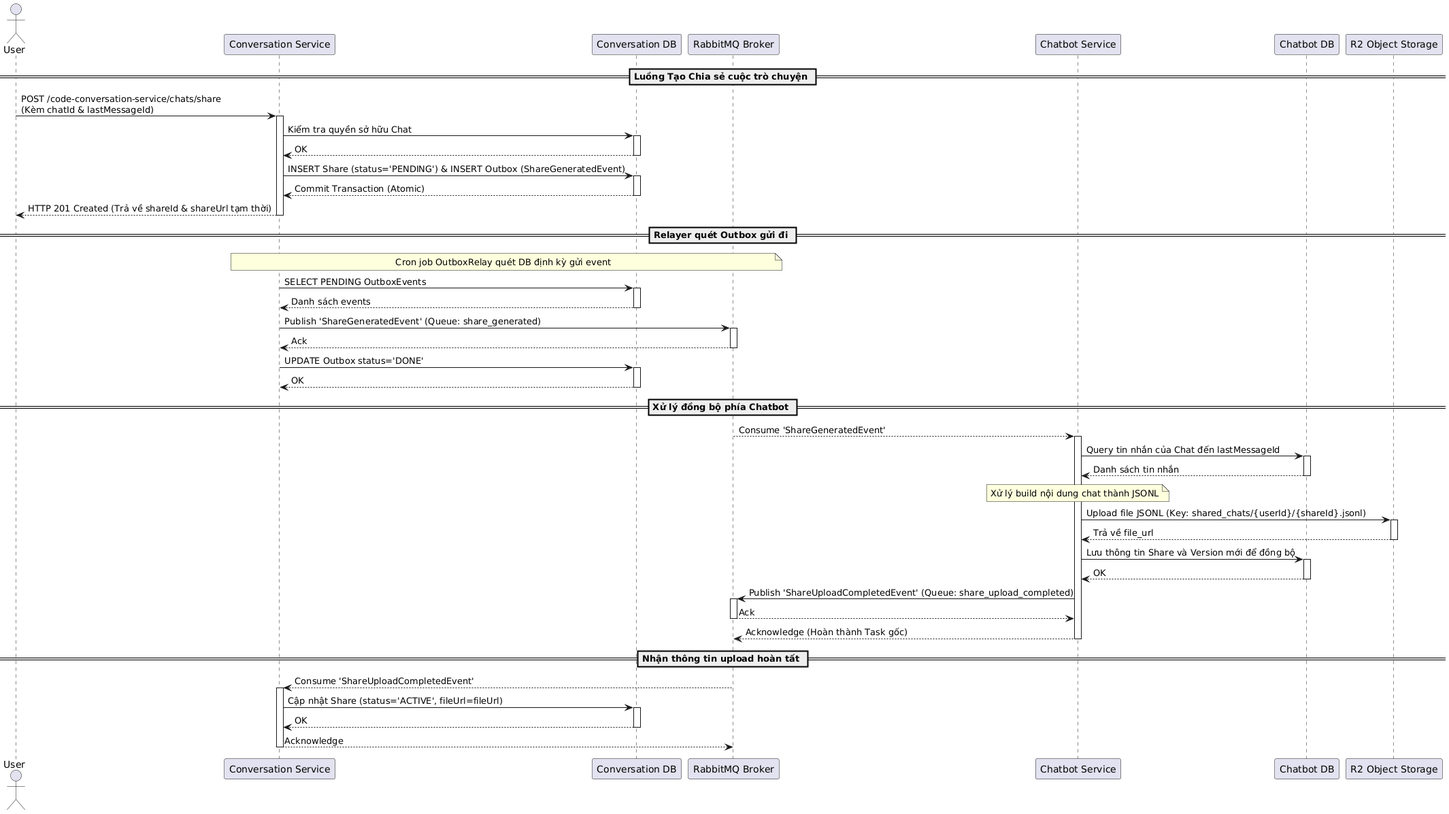
This is temp/05-sequence/UML-Sequence-19.png from 20206205Tech/docs-uml, a PlantUML export, as it was before one commit.
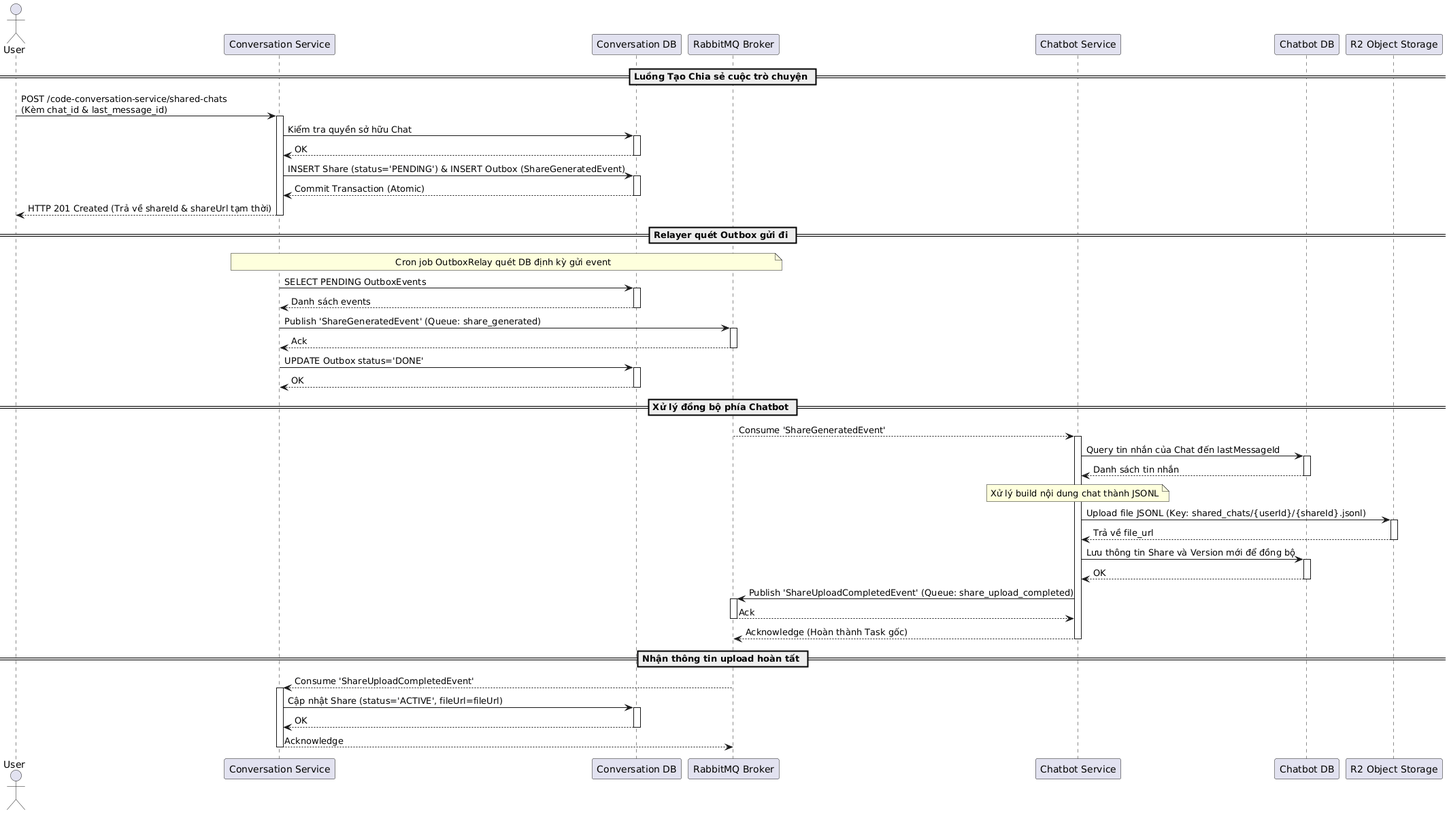
Above is the later version.

What changed in the source:
```diff
@@ -8,7 +8,7 @@
 participant "R2 Object Storage" as R2
 
 == Luồng Tạo Chia sẻ cuộc trò chuyện ==
-User -> Conv: POST /code-conversation-service/chats/share\n(Kèm chatId & lastMessageId)
+User -> Conv: POST /code-conversation-service/shared-chats\n(Kèm chat_id & last_message_id)
 activate Conv
 
 Conv -> ConvDB: Kiểm tra quyền sở hữu Chat
```
